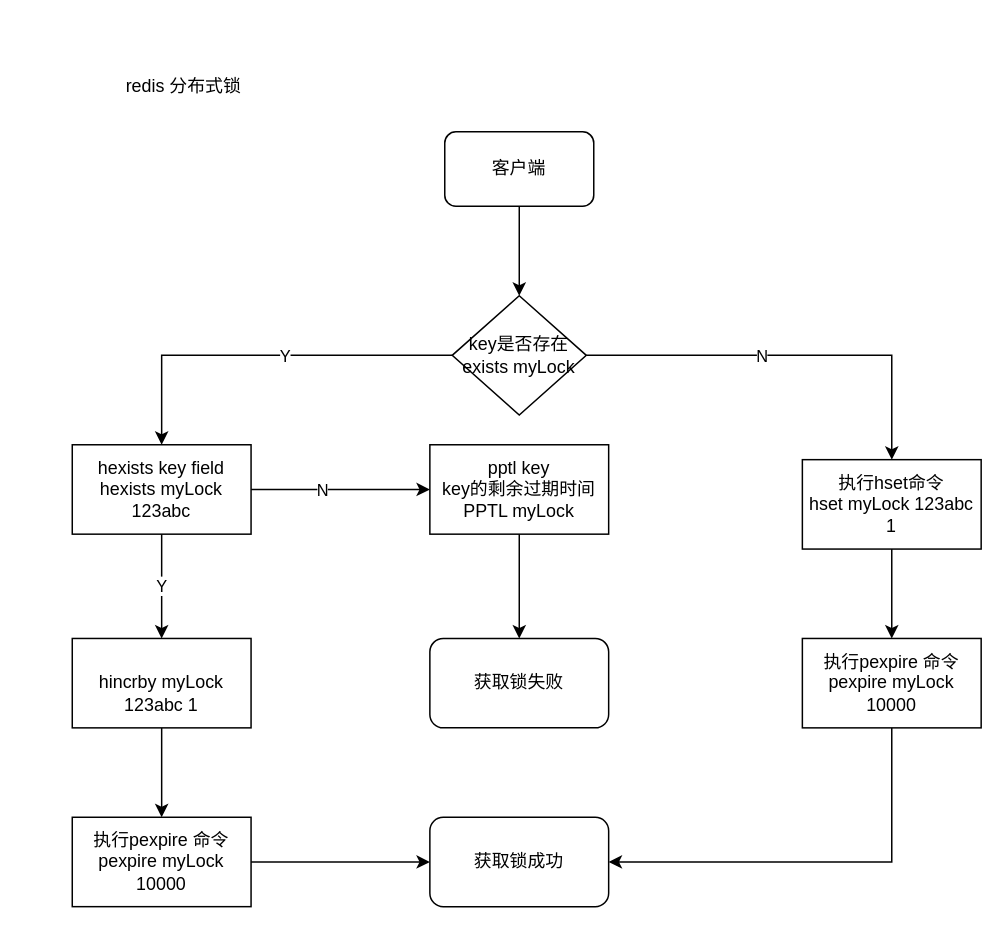
Before: redis.drawio in songmulin/Diagram, a draw.io diagram. Source tidied: cells renumbered, new cells numbered last; positions are measured from the earlier drawing's top-left corner, leaving out a move shared by most shapes. Both pictures are drawn from the tidied source at 149%, with x=0, y=0 at pixel (72, 72).
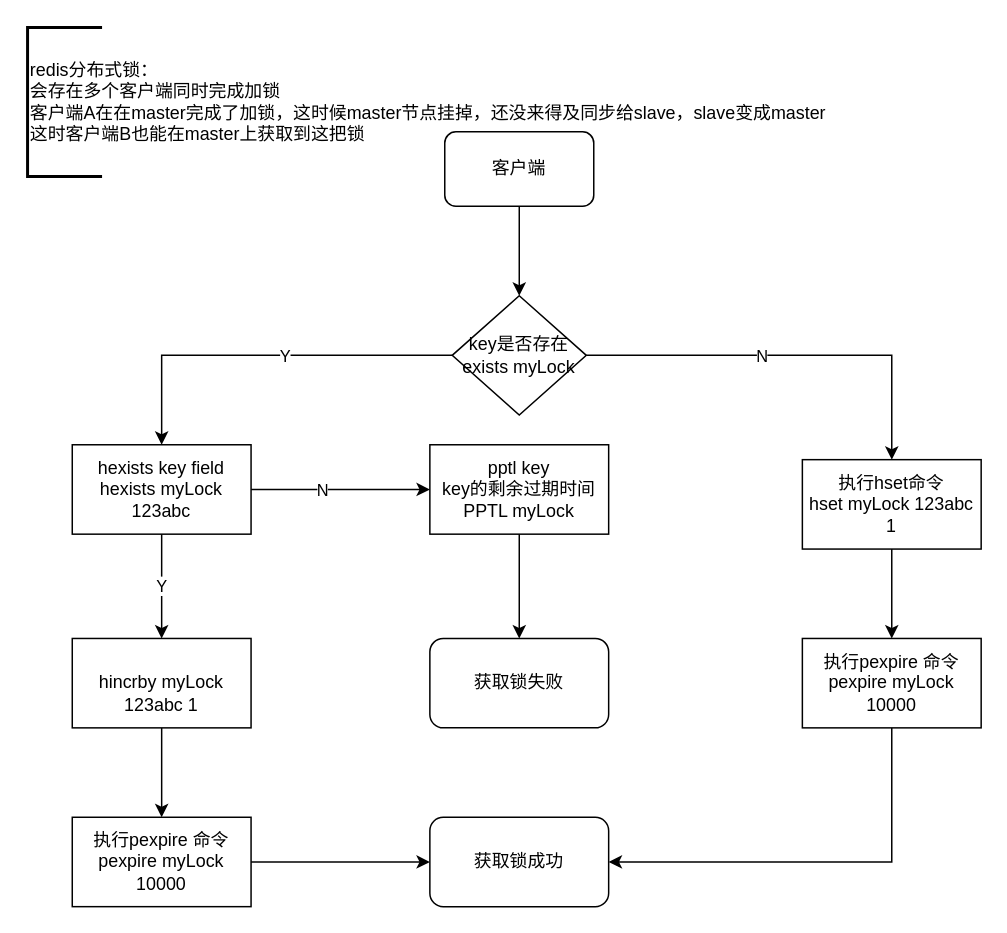
Above is the later version.

What changed in the source:
```diff
@@
-    <mxCell id="2" value="redis 分布式锁" style="text;html=1;strokeColor=none;fillColor=none;align=center;verticalAlign=middle;whiteSpace=wrap;rounded=0;" parent="1" vertex="1">
-      <mxGeometry x="20" width="110" height="20" as="geometry" />
-    </mxCell>
@@
+    <mxCell id="26" value="redis分布式锁：&lt;br&gt;会存在多个客户端同时完成加锁&lt;br&gt;客户端A在在master完成了加锁，这时候master节点挂掉，还没来得及同步给slave，slave变成master&lt;br&gt;这时客户端B也能在master上获取到这把锁" style="strokeWidth=2;html=1;shape=mxgraph.flowchart.annotation_1;align=left;" parent="1" vertex="1">
+      <mxGeometry x="-30" y="-30" width="50" height="100" as="geometry" />
+    </mxCell>
```
